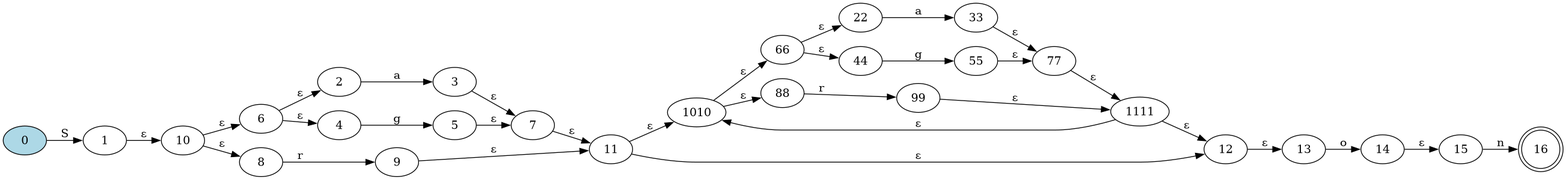
The Graphviz diagram NDFA.png in Daniel-Sima/Clone-of-the-egrep-UNIX-command, before a commit. Its source is kept beside it as NDFA.dot.
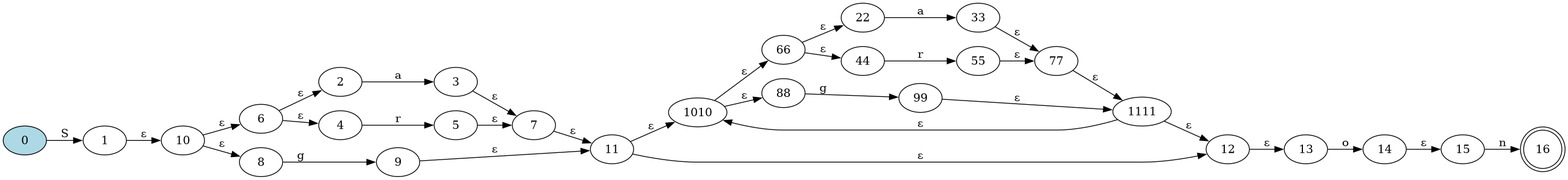
After the change.

What changed in the source:
```diff
@@ -6,12 +6,12 @@
 
 	0->1 [label= "S"];
 	2->3 [label= "a"];
-	4->5 [label= "g"];
+	4->5 [label= "r"];
 	6->2 [label= "ε"];
 	6->4 [label= "ε"];
 	3->7 [label= "ε"];
 	5->7 [label= "ε"];
-	8->9 [label= "r"];
+	8->9 [label= "g"];
 	10->6 [label= "ε"];
 	10->8 [label= "ε"];
 	7->11 [label= "ε"];
@@ -20,9 +20,9 @@
 	1010->88 [label= "ε"];
 	66->22 [label= "ε"];
 	66->44 [label= "ε"];
-	88->99 [label= "r"];
+	88->99 [label= "g"];
 	22->33 [label= "a"];
-	44->55 [label= "g"];
+	44->55 [label= "r"];
 	99->1111 [label= "ε"];
 	33->77 [label= "ε"];
 	55->77 [label= "ε"];
```
